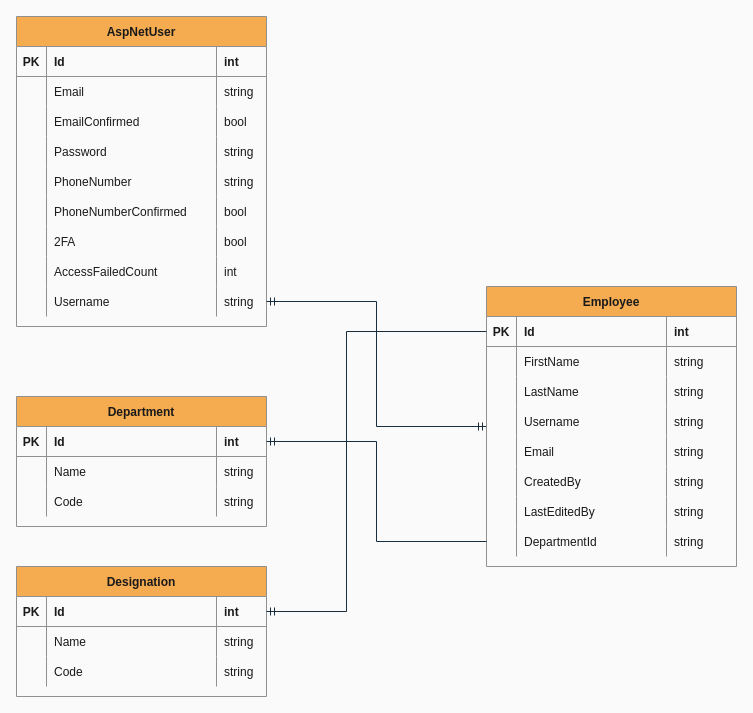
Earlier version of the draw.io diagram HRIS.drawio.xml (genebit/draw.io-diagrams). Source tidied: cells renumbered, new cells numbered last; positions are measured from the earlier drawing's top-left corner, leaving out a move shared by most shapes. Both pictures are drawn from the tidied source at 100%, with x=0, y=0 at pixel (16, 16).
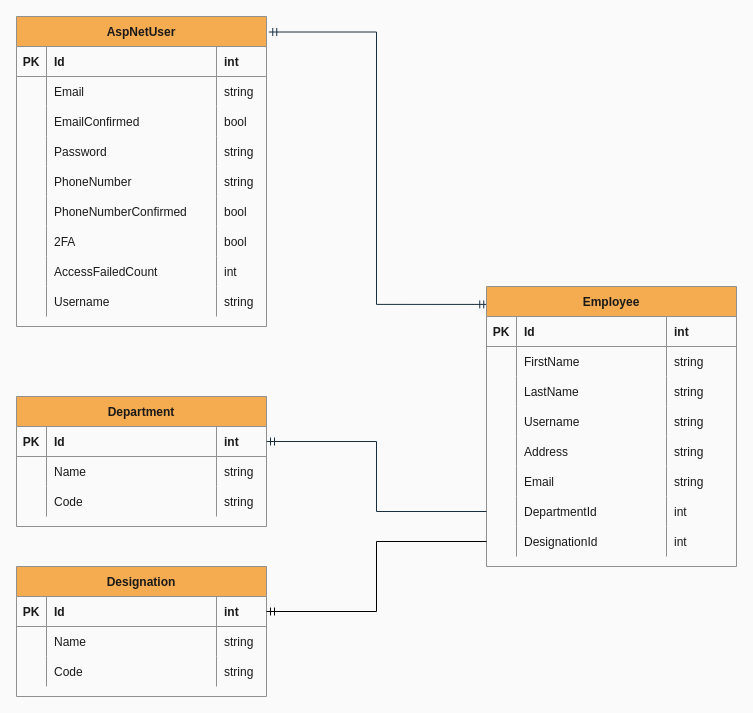
Above is the later version.

Unchanged cells that the change refers to:
```xml
<mxCell id="2" value="AspNetUser" style="shape=table;startSize=30;childLayout=tableLayout;rowLines=0;fontStyle=1;align=center;fillColor=#F5AB50;strokeColor=#909090;fontColor=#1A1A1A;rounded=0;" parent="1" vertex="1">
  <mxGeometry width="250" height="310" as="geometry" />
</mxCell>
<mxCell id="35" style="shape=tableRow;horizontal=0;startSize=0;swimlaneHead=0;swimlaneBody=0;fillColor=none;points=[[0,0.5],[1,0.5]];portConstraint=eastwest;top=0;left=0;right=0;bottom=0;strokeColor=#909090;fontColor=#1A1A1A;rounded=0;" parent="2" vertex="1">
  <mxGeometry y="270" width="250" height="30" as="geometry" />
</mxCell>
<mxCell id="41" value="Employee" style="shape=table;startSize=30;childLayout=tableLayout;rowLines=0;fontStyle=1;align=center;fillColor=#F5AB50;strokeColor=#909090;fontColor=#1A1A1A;rounded=0;shadow=0;" parent="1" vertex="1">
  <mxGeometry x="470" y="270" width="250" height="280" as="geometry" />
</mxCell>
<mxCell id="42" style="shape=tableRow;horizontal=0;startSize=0;swimlaneHead=0;swimlaneBody=0;fillColor=none;points=[[0,0.5],[1,0.5]];portConstraint=eastwest;top=0;left=0;right=0;bottom=1;strokeColor=#909090;fontColor=#1A1A1A;rounded=0;" parent="41" vertex="1">
  <mxGeometry y="30" width="250" height="30" as="geometry" />
</mxCell>
<mxCell id="88" style="shape=tableRow;horizontal=0;startSize=0;swimlaneHead=0;swimlaneBody=0;fillColor=none;points=[[0,0.5],[1,0.5]];portConstraint=eastwest;top=0;left=0;right=0;bottom=1;strokeColor=#909090;fontColor=#1A1A1A;rounded=0;" parent="87" vertex="1">
  <mxGeometry y="30" width="250" height="30" as="geometry" />
</mxCell>
```

Diff of the diagram source:
```diff
@@
-    <mxCell id="40" style="edgeStyle=orthogonalEdgeStyle;jettySize=auto;html=1;entryX=1;entryY=0.5;entryDx=0;entryDy=0;labelBorderColor=none;startArrow=ERmandOne;startFill=0;endArrow=ERmandOne;endFill=0;labelBackgroundColor=#EEEEEE;strokeColor=#182E3E;fontColor=#1A1A1A;rounded=0;" parent="1" edge="1" source="41" target="35">
+    <mxCell id="40" style="edgeStyle=orthogonalEdgeStyle;jettySize=auto;html=1;entryX=1.009;entryY=0.05;entryDx=0;entryDy=0;labelBorderColor=none;startArrow=ERmandOne;startFill=0;endArrow=ERmandOne;endFill=0;labelBackgroundColor=#EEEEEE;strokeColor=#182E3E;fontColor=#1A1A1A;rounded=0;entryPerimeter=0;exitX=0.005;exitY=0.064;exitDx=0;exitDy=0;exitPerimeter=0;" parent="1" edge="1" source="41" target="2">
       <mxGeometry relative="1" as="geometry" />
     </mxCell>
@@
+    <mxCell id="102" style="shape=tableRow;horizontal=0;startSize=0;swimlaneHead=0;swimlaneBody=0;fillColor=none;top=0;left=0;right=0;bottom=0;strokeColor=#909090;fontColor=#1A1A1A;rounded=0;" parent="41" vertex="1">
+      <mxGeometry y="150" width="250" height="30" as="geometry" />
+    </mxCell>
+    <mxCell id="103" style="shape=partialRectangle;overflow=hidden;fillColor=none;top=0;left=0;bottom=0;right=0;strokeColor=#909090;fontColor=#1A1A1A;rounded=0;" parent="102" vertex="1">
+      <mxGeometry width="30" height="30" as="geometry" />
+    </mxCell>
+    <mxCell id="104" value="Address" style="shape=partialRectangle;overflow=hidden;fillColor=none;align=left;top=0;left=0;bottom=0;right=0;spacingLeft=6;strokeColor=#909090;fontColor=#1A1A1A;rounded=0;" parent="102" vertex="1">
+      <mxGeometry x="30" width="150" height="30" as="geometry" />
+    </mxCell>
+    <mxCell id="105" value="string" style="shape=partialRectangle;overflow=hidden;fillColor=none;align=left;top=0;left=0;bottom=0;right=0;spacingLeft=6;strokeColor=#909090;fontColor=#1A1A1A;rounded=0;" parent="102" vertex="1">
+      <mxGeometry x="180" width="70" height="30" as="geometry" />
+    </mxCell>
     <mxCell id="58" style="shape=tableRow;horizontal=0;startSize=0;swimlaneHead=0;swimlaneBody=0;fillColor=none;top=0;left=0;right=0;bottom=0;strokeColor=#909090;fontColor=#1A1A1A;rounded=0;" parent="41" vertex="1">
-      <mxGeometry y="150" width="250" height="30" as="geometry" />
+      <mxGeometry y="180" width="250" height="30" as="geometry" />
     </mxCell>
@@
-    <mxCell id="62" style="shape=tableRow;horizontal=0;startSize=0;swimlaneHead=0;swimlaneBody=0;fillColor=none;top=0;left=0;right=0;bottom=0;strokeColor=#909090;fontColor=#1A1A1A;rounded=0;" parent="41" vertex="1">
-      <mxGeometry y="180" width="250" height="30" as="geometry" />
-    </mxCell>
-    <mxCell id="63" style="shape=partialRectangle;overflow=hidden;fillColor=none;top=0;left=0;bottom=0;right=0;strokeColor=#909090;fontColor=#1A1A1A;rounded=0;" parent="62" vertex="1">
-      <mxGeometry width="30" height="30" as="geometry" />
-    </mxCell>
-    <mxCell id="64" value="CreatedBy" style="shape=partialRectangle;overflow=hidden;fillColor=none;align=left;top=0;left=0;bottom=0;right=0;spacingLeft=6;strokeColor=#909090;fontColor=#1A1A1A;rounded=0;" parent="62" vertex="1">
-      <mxGeometry x="30" width="150" height="30" as="geometry" />
-    </mxCell>
-    <mxCell id="65" value="string" style="shape=partialRectangle;overflow=hidden;fillColor=none;align=left;top=0;left=0;bottom=0;right=0;spacingLeft=6;strokeColor=#909090;fontColor=#1A1A1A;rounded=0;" parent="62" vertex="1">
-      <mxGeometry x="180" width="70" height="30" as="geometry" />
-    </mxCell>
-    <mxCell id="66" style="shape=tableRow;horizontal=0;startSize=0;swimlaneHead=0;swimlaneBody=0;fillColor=none;top=0;left=0;right=0;bottom=0;strokeColor=#909090;fontColor=#1A1A1A;rounded=0;" parent="41" vertex="1">
-      <mxGeometry y="210" width="250" height="30" as="geometry" />
-    </mxCell>
-    <mxCell id="67" style="shape=partialRectangle;overflow=hidden;fillColor=none;top=0;left=0;bottom=0;right=0;strokeColor=#909090;fontColor=#1A1A1A;rounded=0;" parent="66" vertex="1">
-      <mxGeometry width="30" height="30" as="geometry" />
-    </mxCell>
-    <mxCell id="68" value="LastEditedBy" style="shape=partialRectangle;overflow=hidden;fillColor=none;align=left;top=0;left=0;bottom=0;right=0;spacingLeft=6;strokeColor=#909090;fontColor=#1A1A1A;rounded=0;" parent="66" vertex="1">
-      <mxGeometry x="30" width="150" height="30" as="geometry" />
-    </mxCell>
-    <mxCell id="69" value="string" style="shape=partialRectangle;overflow=hidden;fillColor=none;align=left;top=0;left=0;bottom=0;right=0;spacingLeft=6;strokeColor=#909090;fontColor=#1A1A1A;rounded=0;" parent="66" vertex="1">
-      <mxGeometry x="180" width="70" height="30" as="geometry" />
-    </mxCell>
     <mxCell id="70" style="shape=tableRow;horizontal=0;startSize=0;swimlaneHead=0;swimlaneBody=0;fillColor=none;points=[[0,0.5],[1,0.5]];portConstraint=eastwest;top=0;left=0;right=0;bottom=0;strokeColor=#909090;fontColor=#1A1A1A;rounded=0;" parent="41" vertex="1">
-      <mxGeometry y="240" width="250" height="30" as="geometry" />
+      <mxGeometry y="210" width="250" height="30" as="geometry" />
     </mxCell>
@@
-    <mxCell id="73" value="string" style="shape=partialRectangle;overflow=hidden;fillColor=none;align=left;top=0;left=0;bottom=0;right=0;spacingLeft=6;strokeColor=#909090;fontColor=#1A1A1A;rounded=0;" parent="70" vertex="1">
+    <mxCell id="73" value="int" style="shape=partialRectangle;overflow=hidden;fillColor=none;align=left;top=0;left=0;bottom=0;right=0;spacingLeft=6;strokeColor=#909090;fontColor=#1A1A1A;rounded=0;" parent="70" vertex="1">
       <mxGeometry x="180" width="70" height="30" as="geometry" />
     </mxCell>
+    <mxCell id="106" style="shape=tableRow;horizontal=0;startSize=0;swimlaneHead=0;swimlaneBody=0;fillColor=none;points=[[0,0.5],[1,0.5]];portConstraint=eastwest;top=0;left=0;right=0;bottom=0;strokeColor=#909090;fontColor=#1A1A1A;rounded=0;" parent="41" vertex="1">
+      <mxGeometry y="240" width="250" height="30" as="geometry" />
+    </mxCell>
+    <mxCell id="107" style="shape=partialRectangle;overflow=hidden;fillColor=none;top=0;left=0;bottom=0;right=0;strokeColor=#909090;fontColor=#1A1A1A;rounded=0;" parent="106" vertex="1">
+      <mxGeometry width="30" height="30" as="geometry" />
+    </mxCell>
+    <mxCell id="108" value="DesignationId" style="shape=partialRectangle;overflow=hidden;fillColor=none;align=left;top=0;left=0;bottom=0;right=0;spacingLeft=6;strokeColor=#909090;fontColor=#1A1A1A;rounded=0;" parent="106" vertex="1">
+      <mxGeometry x="30" width="150" height="30" as="geometry" />
+    </mxCell>
+    <mxCell id="109" value="int" style="shape=partialRectangle;overflow=hidden;fillColor=none;align=left;top=0;left=0;bottom=0;right=0;spacingLeft=6;strokeColor=#909090;fontColor=#1A1A1A;rounded=0;" parent="106" vertex="1">
+      <mxGeometry x="180" width="70" height="30" as="geometry" />
+    </mxCell>
@@
-    <mxCell id="101" style="edgeStyle=orthogonalEdgeStyle;jettySize=auto;html=1;entryX=0;entryY=0.5;entryDx=0;entryDy=0;endArrow=none;endFill=0;startArrow=ERmandOne;startFill=0;labelBackgroundColor=#EEEEEE;strokeColor=#182E3E;fontColor=#1A1A1A;rounded=0;" parent="1" edge="1" source="88" target="42">
-      <mxGeometry relative="1" as="geometry">
-        <Array as="points">
-          <mxPoint x="330" y="595" />
-          <mxPoint x="330" y="315" />
-        </Array>
-      </mxGeometry>
-    </mxCell>
+    <mxCell id="110" style="edgeStyle=orthogonalEdgeStyle;rounded=0;jettySize=auto;html=1;endArrow=ERmandOne;endFill=0;" parent="1" edge="1" source="106" target="88">
+      <mxGeometry relative="1" as="geometry" />
+    </mxCell>
```
